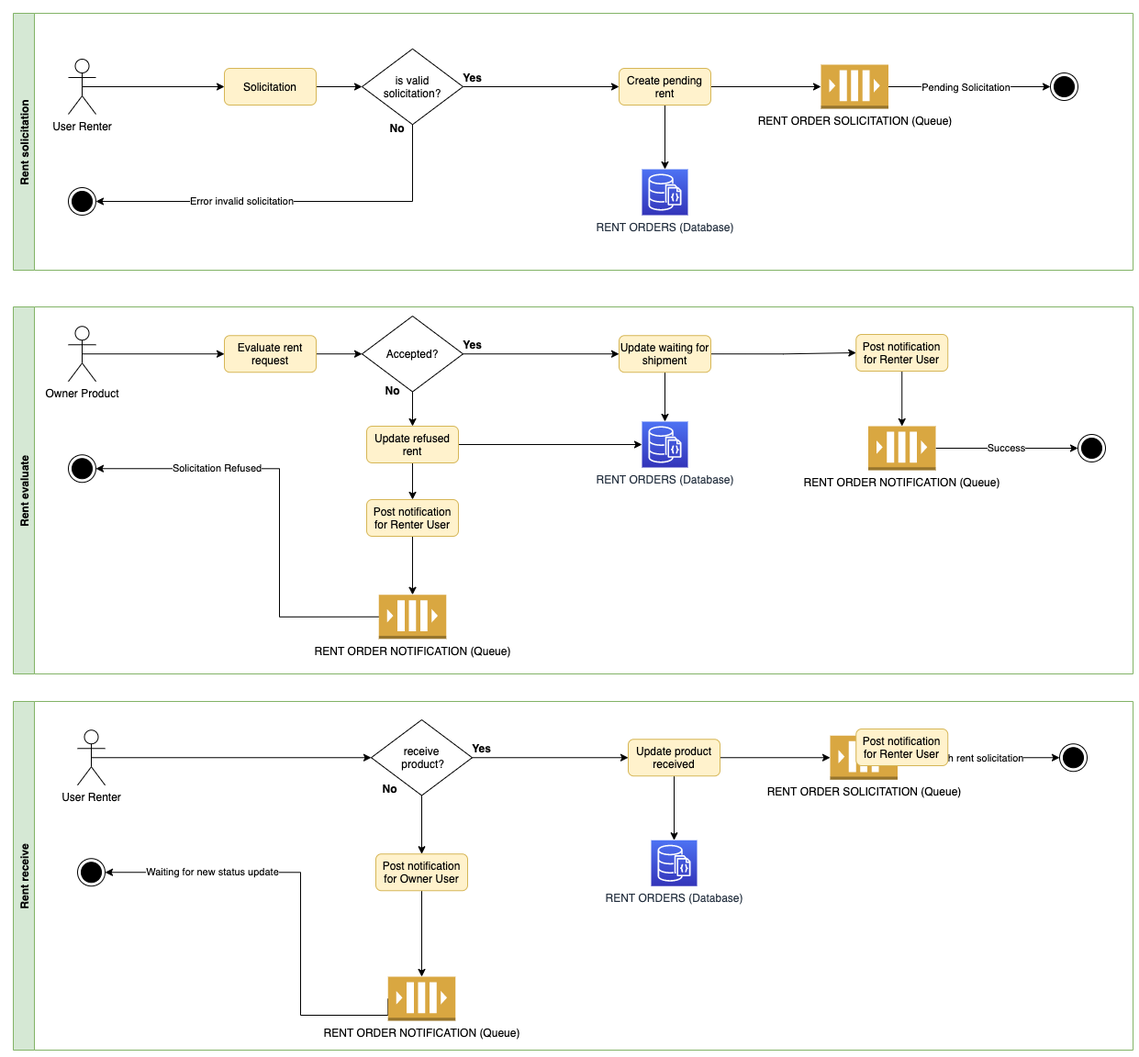
The draw.io diagram src/main/resources/imgs/desenho-arquitetural-rentup-locacao.png in samuelcunha/rentup, before a commit. Source tidied: cells renumbered, new cells last; positions are measured from the earlier drawing's top-left corner, leaving out a move shared by most shapes.
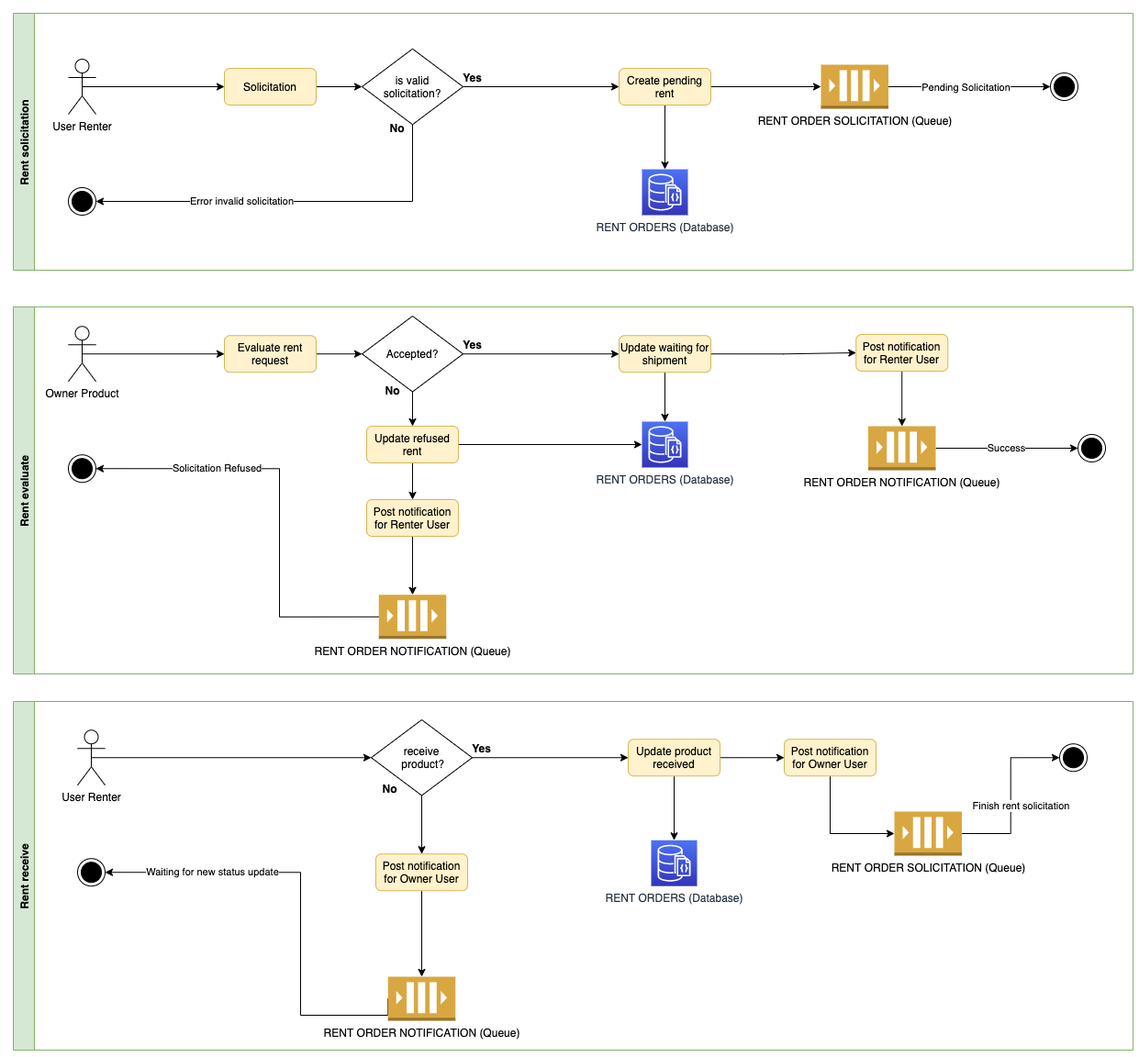
After the commit.

Commit message:
Corrigindo imagem

What changed in the source:
```diff
@@ -169,9 +169,6 @@
         <mxPoint x="8" y="-3" as="offset" />
       </mxGeometry>
     </mxCell>
-    <mxCell id="54" value="RENT ORDER SOLICITATION (Queue)" style="outlineConnect=0;dashed=0;verticalLabelPosition=bottom;verticalAlign=top;align=center;html=1;shape=mxgraph.aws3.queue;fillColor=#D9A741;gradientColor=none;" parent="1" vertex="1">
-      <mxGeometry x="890" y="787.2" width="73.5" height="48" as="geometry" />
-    </mxCell>
     <mxCell id="55" value="RENT ORDERS (Database)" style="points=[[0,0,0],[0.25,0,0],[0.5,0,0],[0.75,0,0],[1,0,0],[0,1,0],[0.25,1,0],[0.5,1,0],[0.75,1,0],[1,1,0],[0,0.25,0],[0,0.5,0],[0,0.75,0],[1,0.25,0],[1,0.5,0],[1,0.75,0]];outlineConnect=0;fontColor=#232F3E;gradientColor=#4D72F3;gradientDirection=north;fillColor=#3334B9;strokeColor=#ffffff;dashed=0;verticalLabelPosition=bottom;verticalAlign=top;align=center;html=1;fontSize=12;fontStyle=0;shape=mxgraph.aws4.resourceIcon;resIcon=mxgraph.aws4.documentdb_with_mongodb_compatibility;" parent="1" vertex="1">
       <mxGeometry x="695" y="901.2" width="50" height="50" as="geometry" />
     </mxCell>
@@ -196,9 +193,9 @@
     <mxCell id="62" style="edgeStyle=orthogonalEdgeStyle;rounded=0;jettySize=auto;html=1;exitX=0.5;exitY=1;exitDx=0;exitDy=0;" parent="1" edge="1" source="64" target="55">
       <mxGeometry relative="1" as="geometry" />
     </mxCell>
-    <mxCell id="63" style="edgeStyle=orthogonalEdgeStyle;rounded=0;jettySize=auto;html=1;exitX=1;exitY=0.5;exitDx=0;exitDy=0;entryX=0;entryY=0.5;entryDx=0;entryDy=0;entryPerimeter=0;" parent="1" edge="1" source="64" target="54">
-      <mxGeometry relative="1" as="geometry" />
-    </mxCell>
+    <mxCell id="73" style="edgeStyle=orthogonalEdgeStyle;rounded=0;jettySize=auto;html=1;exitX=1;exitY=0.5;exitDx=0;exitDy=0;entryX=0;entryY=0.5;entryDx=0;entryDy=0;" parent="1" edge="1" source="64" target="72">
+      <mxGeometry relative="1" as="geometry" />
+    </mxCell>
     <mxCell id="64" value="Update product received" style="rounded=1;whiteSpace=wrap;html=1;fillColor=#fff2cc;strokeColor=#d6b656;" parent="1" vertex="1">
       <mxGeometry x="670" y="791.2" width="100" height="40" as="geometry" />
     </mxCell>
@@ -231,8 +228,14 @@
     <mxCell id="71" value="Rent receive" style="swimlane;horizontal=0;fillColor=#d5e8d4;strokeColor=#82b366;" parent="1" vertex="1">
       <mxGeometry y="750" width="1220" height="380" as="geometry" />
     </mxCell>
+    <mxCell id="74" style="edgeStyle=orthogonalEdgeStyle;rounded=0;jettySize=auto;html=1;exitX=0.5;exitY=1;exitDx=0;exitDy=0;entryX=0;entryY=0.5;entryDx=0;entryDy=0;entryPerimeter=0;" parent="71" edge="1" source="72" target="54">
+      <mxGeometry relative="1" as="geometry" />
+    </mxCell>
-    <mxCell id="72" value="Post notification for Renter User" style="rounded=1;whiteSpace=wrap;html=1;fillColor=#fff2cc;strokeColor=#d6b656;" parent="71" vertex="1">
-      <mxGeometry x="918.2" y="30" width="100" height="40" as="geometry" />
+    <mxCell id="72" value="Post notification for Owner User" style="rounded=1;whiteSpace=wrap;html=1;fillColor=#fff2cc;strokeColor=#d6b656;" parent="71" vertex="1">
+      <mxGeometry x="840" y="41.2" width="100" height="40" as="geometry" />
     </mxCell>
+    <mxCell id="54" value="RENT ORDER SOLICITATION (Queue)" style="outlineConnect=0;dashed=0;verticalLabelPosition=bottom;verticalAlign=top;align=center;html=1;shape=mxgraph.aws3.queue;fillColor=#D9A741;gradientColor=none;" parent="71" vertex="1">
+      <mxGeometry x="960" y="120" width="73.5" height="48" as="geometry" />
+    </mxCell>
   </root>
 </mxGraphModel>
```
